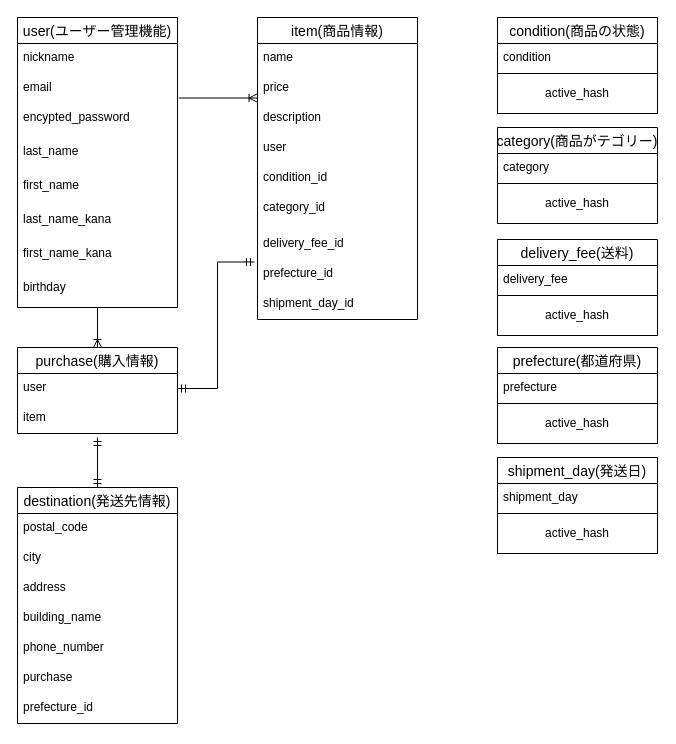
Above: furima.dio in syunatsu/furima-37905 (draw.io), before the change. Source tidied: cells renumbered, new cells numbered last; positions are measured from the earlier drawing's top-left corner, leaving out a move shared by most shapes. Both pictures are drawn from the tidied source at 100%, with x=0, y=0 at pixel (17, 17).
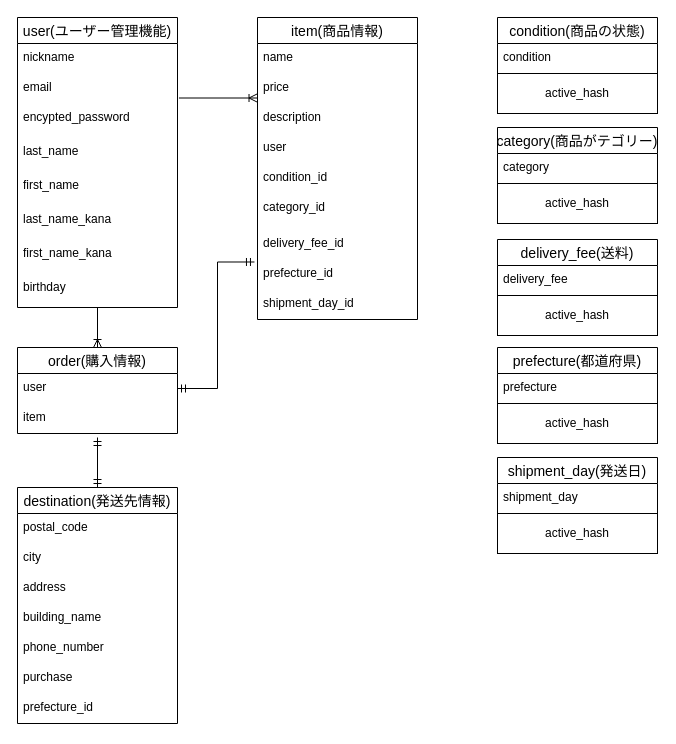
Above is the later version.

Commit message (it also covers changes not shown here):
テーブル名の変更

The edit, as a diff of the source:
```diff
@@
-    <mxCell id="21" value="purchase(購入情報)" style="swimlane;fontStyle=0;horizontal=1;startSize=26;align=center;fontSize=14;" parent="1" vertex="1">
+    <mxCell id="21" value="order(購入情報)" style="swimlane;fontStyle=0;horizontal=1;startSize=26;align=center;fontSize=14;" parent="1" vertex="1">
       <mxGeometry y="330" width="160" height="86" as="geometry" />
     </mxCell>
```
